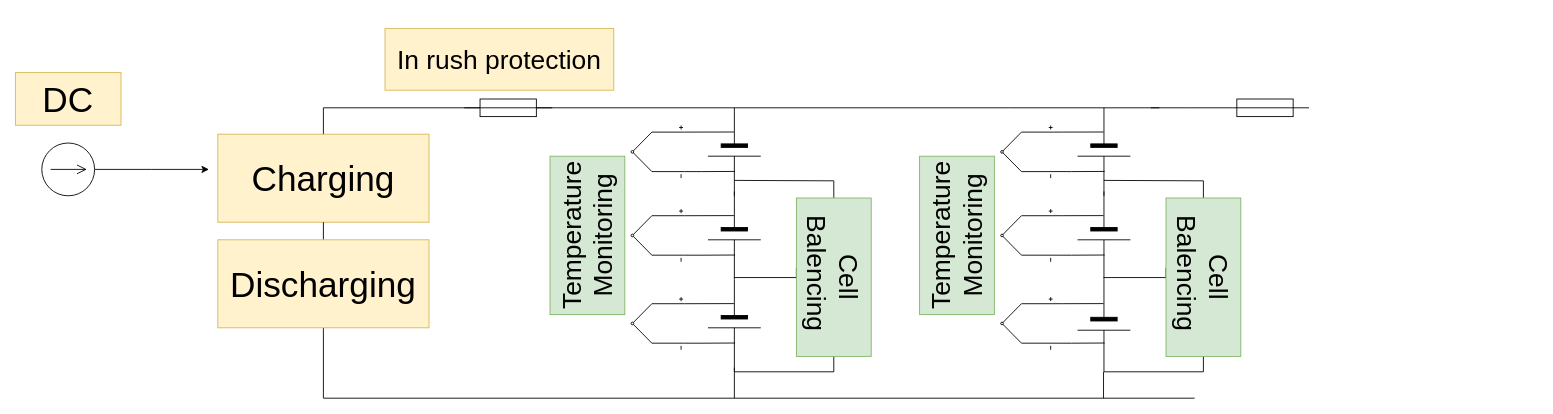
Earlier version of the draw.io diagram power2020.drawio (Olin-Rocketry/power). Source tidied: cells renumbered, new cells numbered last; positions are measured from the earlier drawing's top-left corner, leaving out a move shared by most shapes. Both pictures are drawn from the tidied source at 88%, with x=0, y=0 at pixel (15, 28).
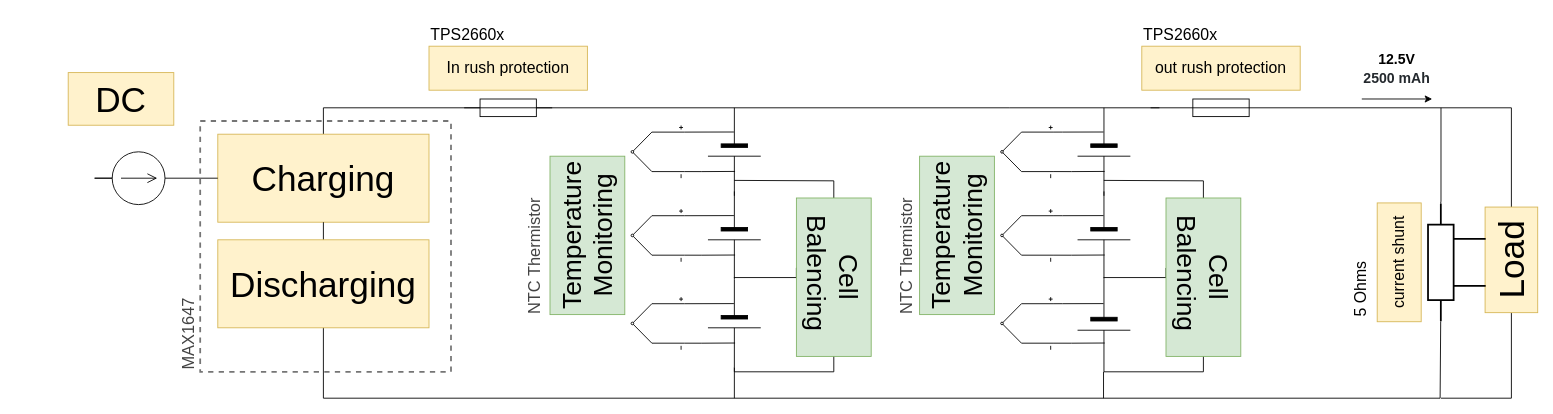
The same page after the edit.

Commit message:
Complete system diagram

Unchanged cells that the change refers to:
```xml
<mxCell id="4" value="&lt;font style=&quot;font-size: 40px&quot;&gt;Charging&lt;/font&gt;" style="rounded=0;whiteSpace=wrap;html=1;fillColor=#fff2cc;strokeColor=#d6b656;" parent="1" vertex="1">
  <mxGeometry x="230" y="120" width="240" height="100" as="geometry" />
</mxCell>
```

What changed in the source:
```diff
@@
-    <mxCell id="5" style="edgeStyle=orthogonalEdgeStyle;rounded=0;jettySize=auto;html=1;exitX=1;exitY=0.5;exitDx=0;exitDy=0;exitPerimeter=0;" parent="1" edge="1" source="6">
+    <mxCell id="5" style="edgeStyle=orthogonalEdgeStyle;rounded=0;jettySize=auto;html=1;exitX=1;exitY=0.5;exitDx=0;exitDy=0;exitPerimeter=0;endArrow=none;endFill=0;entryX=0;entryY=0.5;entryDx=0;entryDy=0;" parent="1" edge="1" source="6" target="4">
       <mxGeometry relative="1" as="geometry">
-        <mxPoint x="220" y="160" as="targetPoint" />
+        <Array as="points">
+          <mxPoint x="90" y="170" />
+        </Array>
       </mxGeometry>
     </mxCell>
     <mxCell id="6" style="verticalLabelPosition=bottom;shadow=0;dashed=0;align=center;html=1;verticalAlign=top;shape=mxgraph.electrical.signal_sources.dc_source_2;" parent="1" vertex="1">
-      <mxGeometry x="30" y="130" width="60" height="60" as="geometry" />
+      <mxGeometry x="110" y="140" width="60" height="60" as="geometry" />
     </mxCell>
@@
-    <mxCell id="8" style="endArrow=none;html=1;" parent="1" edge="1">
+    <mxCell id="8" style="endArrow=none;html=1;rounded=0;entryX=1;entryY=0.78;entryDx=0;entryDy=0;entryPerimeter=0;" parent="1" edge="1" target="65">
       <mxGeometry relative="1" as="geometry">
         <mxPoint x="350" y="420" as="sourcePoint" />
-        <mxPoint x="1340" y="420" as="targetPoint" />
+        <Array as="points">
+          <mxPoint x="1619" y="420" />
+        </Array>
       </mxGeometry>
     </mxCell>
@@
-    <mxCell id="28" value="&lt;font style=&quot;font-size: 30px&quot;&gt;In rush protection&lt;/font&gt;" style="rounded=0;whiteSpace=wrap;html=1;fillColor=#fff2cc;strokeColor=#d6b656;" parent="1" vertex="1">
-      <mxGeometry x="420" width="260" height="70" as="geometry" />
+    <mxCell id="28" value="&lt;font style=&quot;font-size: 18px;&quot;&gt;In rush protection&lt;/font&gt;" style="rounded=0;whiteSpace=wrap;html=1;fillColor=#fff2cc;strokeColor=#d6b656;fontSize=18;" parent="1" vertex="1">
+      <mxGeometry x="470" y="20" width="180" height="50" as="geometry" />
     </mxCell>
     <mxCell id="29" value="&lt;font style=&quot;font-size: 40px&quot;&gt;DC&lt;/font&gt;" style="rounded=0;whiteSpace=wrap;html=1;fillColor=#fff2cc;strokeColor=#d6b656;" parent="1" vertex="1">
-      <mxGeometry y="50" width="120" height="59.8" as="geometry" />
+      <mxGeometry x="60" y="50" width="120" height="59.8" as="geometry" />
     </mxCell>
@@
+    <mxCell id="52" style="edgeStyle=orthogonalEdgeStyle;rounded=0;jettySize=auto;html=1;exitX=1;exitY=0.5;exitDx=0;exitDy=0;exitPerimeter=0;endArrow=none;endFill=0;fontSize=18;entryX=0;entryY=0.78;entryDx=0;entryDy=0;entryPerimeter=0;" parent="1" edge="1" source="50" target="65">
+      <mxGeometry relative="1" as="geometry">
+        <Array as="points">
+          <mxPoint x="1620" y="90" />
+          <mxPoint x="1620" y="196" />
+        </Array>
+      </mxGeometry>
+    </mxCell>
     <mxCell id="50" style="verticalLabelPosition=bottom;shadow=0;dashed=0;align=center;html=1;verticalAlign=top;shape=mxgraph.electrical.miscellaneous.fuse_2;" parent="1" vertex="1">
-      <mxGeometry x="1370" y="80" width="100" height="20" as="geometry" />
+      <mxGeometry x="1320" y="80" width="100" height="20" as="geometry" />
     </mxCell>
@@
+    <mxCell id="53" style="whiteSpace=wrap;html=1;fillColor=none;dashed=1;strokeWidth=2;strokeColor=#757575;" parent="1" vertex="1">
+      <mxGeometry x="210" y="105" width="285" height="285" as="geometry" />
+    </mxCell>
+    <mxCell id="54" value="&lt;font style=&quot;font-size: 18px&quot;&gt;out rush protection&lt;/font&gt;" style="rounded=0;whiteSpace=wrap;html=1;fillColor=#fff2cc;strokeColor=#d6b656;fontSize=18;" parent="1" vertex="1">
+      <mxGeometry x="1280" y="20" width="180" height="50" as="geometry" />
+    </mxCell>
+    <mxCell id="55" style="edgeStyle=orthogonalEdgeStyle;rounded=0;jettySize=auto;html=1;exitX=1;exitY=0.5;exitDx=0;exitDy=0;endArrow=none;endFill=0;fontSize=18;" parent="1" edge="1" source="57">
+      <mxGeometry relative="1" as="geometry">
+        <mxPoint x="1620" y="90" as="targetPoint" />
+        <Array as="points">
+          <mxPoint x="1700" y="90" />
+          <mxPoint x="1620" y="90" />
+        </Array>
+      </mxGeometry>
+    </mxCell>
+    <mxCell id="56" style="edgeStyle=orthogonalEdgeStyle;rounded=0;jettySize=auto;html=1;exitX=0;exitY=0.5;exitDx=0;exitDy=0;endArrow=none;endFill=0;fontSize=18;" parent="1" edge="1" source="57">
+      <mxGeometry relative="1" as="geometry">
+        <mxPoint x="1620" y="420" as="targetPoint" />
+        <Array as="points">
+          <mxPoint x="1700" y="420" />
+        </Array>
+      </mxGeometry>
+    </mxCell>
+    <mxCell id="57" value="&lt;font style=&quot;font-size: 40px&quot;&gt;Load&lt;/font&gt;" style="rounded=0;whiteSpace=wrap;html=1;fillColor=#fff2cc;strokeColor=#d6b656;rotation=-90;" parent="1" vertex="1">
+      <mxGeometry x="1640" y="232.9" width="120" height="59.8" as="geometry" />
+    </mxCell>
+    <mxCell id="58" style="endArrow=classic;html=1;fontSize=18;" parent="1" edge="1">
+      <mxGeometry relative="1" as="geometry">
+        <mxPoint x="1530" y="80" as="sourcePoint" />
+        <mxPoint x="1610" y="80" as="targetPoint" />
+      </mxGeometry>
+    </mxCell>
+    <mxCell id="59" value="&lt;br&gt;&lt;b style=&quot;font-size: 16px&quot;&gt;12.5V&lt;/b&gt;&lt;br&gt;&lt;strong style=&quot;box-sizing: border-box ; font-weight: 600 ; color: rgb(36 , 41 , 46) ; font-size: 16px ; font-style: normal ; letter-spacing: normal ; text-indent: 0px ; text-transform: none ; word-spacing: 0px ; background-color: rgb(255 , 255 , 255)&quot;&gt;2500 mAh&lt;/strong&gt;" style="text;html=1;strokeColor=none;fillColor=none;align=center;verticalAlign=middle;whiteSpace=wrap;rounded=0;dashed=1;fontSize=18;" parent="1" vertex="1">
+      <mxGeometry x="1520" y="-10" width="100" height="90" as="geometry" />
+    </mxCell>
+    <mxCell id="60" value="&lt;b style=&quot;font-weight: normal&quot; id=&quot;docs-internal-guid-13417474-7fff-bcc4-447c-6dafc4b7f7c3&quot;&gt;&lt;span style=&quot;font-size: 14pt; font-family: arial; color: rgb(67, 67, 67); background-color: transparent; font-weight: 400; font-style: normal; font-variant: normal; text-decoration: none; vertical-align: baseline;&quot;&gt;MAX1647&lt;/span&gt;&lt;/b&gt;" style="text;whiteSpace=wrap;html=1;fontSize=18;rotation=-90;" parent="1" vertex="1">
+      <mxGeometry x="147.5" y="312.5" width="110" height="45" as="geometry" />
+    </mxCell>
+    <mxCell id="61" value="&lt;b style=&quot;font-weight: normal&quot; id=&quot;docs-internal-guid-13417474-7fff-bcc4-447c-6dafc4b7f7c3&quot;&gt;&lt;span style=&quot;font-size: 14pt ; font-family: &amp;#34;arial&amp;#34; ; color: rgb(67 , 67 , 67) ; background-color: transparent ; font-weight: 400 ; font-style: normal ; font-variant: normal ; text-decoration: none ; vertical-align: baseline&quot;&gt;NTC Thermistor&lt;/span&gt;&lt;/b&gt;" style="text;whiteSpace=wrap;html=1;fontSize=18;rotation=-90;" parent="1" vertex="1">
+      <mxGeometry x="518.2" y="217.2" width="164.5" height="54" as="geometry" />
+    </mxCell>
+    <mxCell id="62" value="&lt;b style=&quot;font-weight: normal&quot; id=&quot;docs-internal-guid-13417474-7fff-bcc4-447c-6dafc4b7f7c3&quot;&gt;&lt;span style=&quot;font-size: 14pt ; font-family: &amp;#34;arial&amp;#34; ; color: rgb(67 , 67 , 67) ; background-color: transparent ; font-weight: 400 ; font-style: normal ; font-variant: normal ; text-decoration: none ; vertical-align: baseline&quot;&gt;NTC Thermistor&lt;/span&gt;&lt;/b&gt;" style="text;whiteSpace=wrap;html=1;fontSize=18;rotation=-90;" parent="1" vertex="1">
+      <mxGeometry x="940" y="217.2" width="164.5" height="54" as="geometry" />
+    </mxCell>
+    <mxCell id="63" value="&lt;h1 style=&quot;font-size: 18px ; margin: 5px 0px 3px ; padding: 0px ; font-family: &amp;#34;arial&amp;#34; , &amp;#34;helvetica&amp;#34; , sans-serif , &amp;#34;dk&amp;#34; ; font-style: normal ; letter-spacing: normal ; text-indent: 0px ; text-transform: none ; word-spacing: 0px&quot;&gt;&lt;span style=&quot;font-weight: normal&quot;&gt;TPS2660x&lt;/span&gt;&lt;/h1&gt;" style="text;whiteSpace=wrap;html=1;fontSize=18;" parent="1" vertex="1">
+      <mxGeometry x="470" y="-15" width="110" height="50" as="geometry" />
+    </mxCell>
+    <mxCell id="64" value="&lt;h1 style=&quot;font-size: 18px ; margin: 5px 0px 3px ; padding: 0px ; font-family: &amp;#34;arial&amp;#34; , &amp;#34;helvetica&amp;#34; , sans-serif , &amp;#34;dk&amp;#34; ; font-style: normal ; letter-spacing: normal ; text-indent: 0px ; text-transform: none ; word-spacing: 0px&quot;&gt;&lt;span style=&quot;font-weight: normal&quot;&gt;TPS2660x&lt;/span&gt;&lt;/h1&gt;" style="text;whiteSpace=wrap;html=1;fontSize=18;" parent="1" vertex="1">
+      <mxGeometry x="1280" y="-15" width="110" height="50" as="geometry" />
+    </mxCell>
+    <mxCell id="65" style="verticalLabelPosition=bottom;shadow=0;dashed=0;align=center;html=1;verticalAlign=top;shape=mxgraph.electrical.resistors.resistor,_shunt;strokeWidth=2;fillColor=none;fontSize=18;rotation=90;" parent="1" vertex="1">
+      <mxGeometry x="1571" y="232.9" width="134" height="65.5" as="geometry" />
+    </mxCell>
+    <mxCell id="66" value="&lt;h1 style=&quot;font-size: 18px ; margin: 5px 0px 3px ; padding: 0px ; font-family: &amp;#34;arial&amp;#34; , &amp;#34;helvetica&amp;#34; , sans-serif , &amp;#34;dk&amp;#34; ; font-style: normal ; letter-spacing: normal ; text-indent: 0px ; text-transform: none ; word-spacing: 0px&quot;&gt;&lt;span style=&quot;font-weight: 400&quot;&gt;5 Ohms&lt;/span&gt;&lt;/h1&gt;" style="text;whiteSpace=wrap;html=1;fontSize=18;rotation=-90;" parent="1" vertex="1">
+      <mxGeometry x="1470" y="257.6" width="110" height="35" as="geometry" />
+    </mxCell>
+    <mxCell id="67" value="&lt;font style=&quot;font-size: 18px&quot;&gt;current shunt&lt;/font&gt;" style="rounded=0;whiteSpace=wrap;html=1;fillColor=#fff2cc;strokeColor=#d6b656;fontSize=18;rotation=-90;" parent="1" vertex="1">
+      <mxGeometry x="1505" y="240.6" width="135" height="50" as="geometry" />
+    </mxCell>
```
